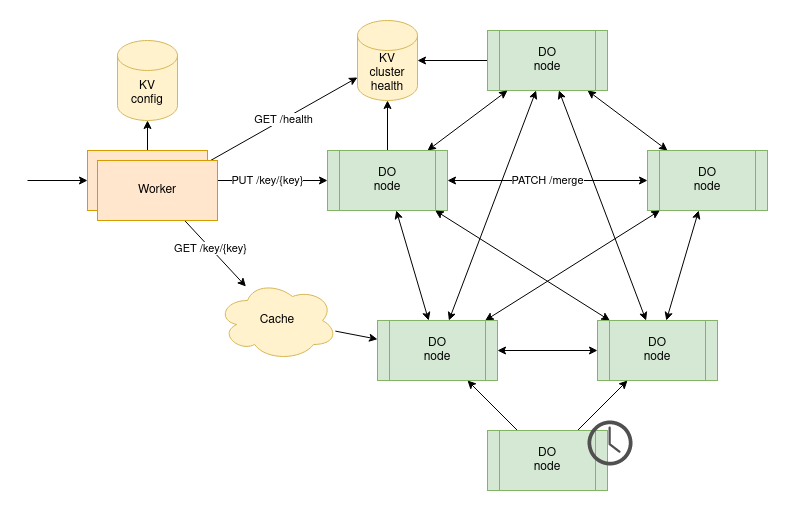
Above: ring.drawio.png in broswen/ring (draw.io), before the change. Source tidied: cells renumbered, new cells last; positions are measured from the earlier drawing's top-left corner, leaving out a move shared by most shapes. Its diagram source:
```xml
<mxGraphModel>
  <root>
    <mxCell id="0" />
    <mxCell id="1" parent="0" />
    <mxCell id="2" style="edgeStyle=none;rounded=0;jettySize=auto;html=1;startArrow=classic;startFill=1;" parent="1" edge="1" source="4" target="18">
      <mxGeometry relative="1" as="geometry" />
    </mxCell>
    <mxCell id="3" style="edgeStyle=none;rounded=0;jettySize=auto;html=1;startArrow=none;startFill=0;" parent="1" edge="1" source="4" target="27">
      <mxGeometry relative="1" as="geometry" />
    </mxCell>
    <mxCell id="4" value="&lt;div&gt;DO&lt;/div&gt;&lt;div&gt;node&lt;br&gt;&lt;/div&gt;" style="shape=process;whiteSpace=wrap;html=1;backgroundOutline=1;fillColor=#d5e8d4;strokeColor=#82b366;" parent="1" vertex="1">
      <mxGeometry x="460" y="10" width="120" height="60" as="geometry" />
    </mxCell>
    <mxCell id="5" value="&lt;div&gt;KV&lt;/div&gt;&lt;div&gt;config&lt;br&gt;&lt;/div&gt;" style="shape=cylinder3;whiteSpace=wrap;html=1;boundedLbl=1;backgroundOutline=1;size=15;fillColor=#fff2cc;strokeColor=#d6b656;" parent="1" vertex="1">
      <mxGeometry x="90" y="20" width="60" height="80" as="geometry" />
    </mxCell>
    <mxCell id="6" style="edgeStyle=none;rounded=0;jettySize=auto;html=1;startArrow=none;startFill=0;" parent="1" edge="1" source="7" target="22">
      <mxGeometry relative="1" as="geometry" />
    </mxCell>
    <mxCell id="7" value="Cache" style="ellipse;shape=cloud;whiteSpace=wrap;html=1;fillColor=#fff2cc;strokeColor=#d6b656;" parent="1" vertex="1">
      <mxGeometry x="190" y="260" width="120" height="80" as="geometry" />
    </mxCell>
    <mxCell id="8" value="PUT /key/{key}" style="edgeStyle=none;rounded=0;jettySize=auto;html=1;startArrow=none;startFill=0;" parent="1" edge="1" source="12" target="16">
      <mxGeometry relative="1" as="geometry" />
    </mxCell>
    <mxCell id="9" style="edgeStyle=none;rounded=0;jettySize=auto;html=1;startArrow=none;startFill=0;" parent="1" edge="1" source="12" target="5">
      <mxGeometry relative="1" as="geometry" />
    </mxCell>
    <mxCell id="10" value="GET /key/{key}" style="edgeStyle=none;rounded=0;jettySize=auto;html=1;startArrow=none;startFill=0;" parent="1" edge="1" source="12" target="7">
      <mxGeometry relative="1" as="geometry" />
    </mxCell>
    <mxCell id="11" style="edgeStyle=none;rounded=0;jettySize=auto;html=1;startArrow=classic;startFill=1;endArrow=none;endFill=0;" parent="1" edge="1" source="12">
      <mxGeometry relative="1" as="geometry">
        <mxPoint y="160" as="targetPoint" />
      </mxGeometry>
    </mxCell>
    <mxCell id="12" value="Worker" style="rounded=0;whiteSpace=wrap;html=1;fillColor=#ffe6cc;strokeColor=#d79b00;" parent="1" vertex="1">
      <mxGeometry x="60" y="130" width="120" height="60" as="geometry" />
    </mxCell>
    <mxCell id="13" style="rounded=0;jettySize=auto;html=1;startArrow=classic;startFill=1;" parent="1" edge="1" source="16" target="4">
      <mxGeometry relative="1" as="geometry" />
    </mxCell>
    <mxCell id="14" style="edgeStyle=none;rounded=0;jettySize=auto;html=1;startArrow=none;startFill=0;" parent="1" edge="1" source="16" target="27">
      <mxGeometry relative="1" as="geometry" />
    </mxCell>
    <mxCell id="15" value="PATCH /merge" style="edgeStyle=none;rounded=0;jettySize=auto;html=1;startArrow=classic;startFill=1;endArrow=classic;endFill=1;" parent="1" edge="1" source="16" target="18">
      <mxGeometry relative="1" as="geometry" />
    </mxCell>
    <mxCell id="16" value="&lt;div&gt;DO&lt;/div&gt;&lt;div&gt;node&lt;br&gt;&lt;/div&gt;" style="shape=process;whiteSpace=wrap;html=1;backgroundOutline=1;fillColor=#d5e8d4;strokeColor=#82b366;" parent="1" vertex="1">
      <mxGeometry x="300" y="130" width="120" height="60" as="geometry" />
    </mxCell>
    <mxCell id="17" style="edgeStyle=none;rounded=0;jettySize=auto;html=1;startArrow=classic;startFill=1;" parent="1" edge="1" source="18" target="26">
      <mxGeometry relative="1" as="geometry" />
    </mxCell>
    <mxCell id="18" value="&lt;div&gt;DO&lt;/div&gt;&lt;div&gt;node&lt;br&gt;&lt;/div&gt;" style="shape=process;whiteSpace=wrap;html=1;backgroundOutline=1;fillColor=#d5e8d4;strokeColor=#82b366;" parent="1" vertex="1">
      <mxGeometry x="620" y="130" width="120" height="60" as="geometry" />
    </mxCell>
    <mxCell id="19" style="edgeStyle=none;rounded=0;jettySize=auto;html=1;startArrow=classic;startFill=1;" parent="1" edge="1" source="22" target="16">
      <mxGeometry relative="1" as="geometry" />
    </mxCell>
    <mxCell id="20" style="edgeStyle=none;rounded=0;jettySize=auto;html=1;startArrow=classic;startFill=1;endArrow=classic;endFill=1;" parent="1" edge="1" source="22" target="18">
      <mxGeometry relative="1" as="geometry" />
    </mxCell>
    <mxCell id="21" style="edgeStyle=none;rounded=0;jettySize=auto;html=1;startArrow=classic;startFill=1;endArrow=classic;endFill=1;" parent="1" edge="1" source="22" target="4">
      <mxGeometry relative="1" as="geometry" />
    </mxCell>
    <mxCell id="22" value="&lt;div&gt;DO&lt;/div&gt;&lt;div&gt;node&lt;br&gt;&lt;/div&gt;" style="shape=process;whiteSpace=wrap;html=1;backgroundOutline=1;fillColor=#d5e8d4;strokeColor=#82b366;" parent="1" vertex="1">
      <mxGeometry x="350" y="300" width="120" height="60" as="geometry" />
    </mxCell>
    <mxCell id="23" style="edgeStyle=none;rounded=0;jettySize=auto;html=1;startArrow=classic;startFill=1;" parent="1" edge="1" source="26" target="22">
      <mxGeometry relative="1" as="geometry" />
    </mxCell>
    <mxCell id="24" style="edgeStyle=none;rounded=0;jettySize=auto;html=1;startArrow=classic;startFill=1;endArrow=classic;endFill=1;" parent="1" edge="1" source="26" target="4">
      <mxGeometry relative="1" as="geometry" />
    </mxCell>
    <mxCell id="25" style="edgeStyle=none;rounded=0;jettySize=auto;html=1;startArrow=classic;startFill=1;endArrow=classic;endFill=1;" parent="1" edge="1" source="26" target="16">
      <mxGeometry relative="1" as="geometry" />
    </mxCell>
    <mxCell id="26" value="&lt;div&gt;DO&lt;/div&gt;&lt;div&gt;node&lt;br&gt;&lt;/div&gt;" style="shape=process;whiteSpace=wrap;html=1;backgroundOutline=1;fillColor=#d5e8d4;strokeColor=#82b366;" parent="1" vertex="1">
      <mxGeometry x="570" y="300" width="120" height="60" as="geometry" />
    </mxCell>
    <mxCell id="27" value="&lt;div&gt;KV&lt;/div&gt;&lt;div&gt;cluster&lt;/div&gt;&lt;div&gt;health&lt;/div&gt;" style="shape=cylinder3;whiteSpace=wrap;html=1;boundedLbl=1;backgroundOutline=1;size=15;fillColor=#fff2cc;strokeColor=#d6b656;" parent="1" vertex="1">
      <mxGeometry x="330" width="60" height="80" as="geometry" />
    </mxCell>
    <mxCell id="28" style="edgeStyle=none;rounded=0;jettySize=auto;html=1;startArrow=none;startFill=0;" parent="1" edge="1" source="30" target="26">
      <mxGeometry relative="1" as="geometry" />
    </mxCell>
    <mxCell id="29" style="edgeStyle=none;rounded=0;jettySize=auto;html=1;startArrow=none;startFill=0;" parent="1" edge="1" source="30" target="22">
      <mxGeometry relative="1" as="geometry" />
    </mxCell>
    <mxCell id="30" value="&lt;div&gt;DO&lt;/div&gt;&lt;div&gt;node&lt;br&gt;&lt;/div&gt;" style="shape=process;whiteSpace=wrap;html=1;backgroundOutline=1;fillColor=#d5e8d4;strokeColor=#82b366;" parent="1" vertex="1">
      <mxGeometry x="460" y="410" width="120" height="60" as="geometry" />
    </mxCell>
    <mxCell id="31" style="sketch=0;shadow=0;dashed=0;html=1;strokeColor=none;fillColor=#505050;labelPosition=center;verticalLabelPosition=bottom;verticalAlign=top;align=center;shape=mxgraph.office.concepts.clock;" parent="1" vertex="1">
      <mxGeometry x="560" y="400" width="45" height="45" as="geometry" />
    </mxCell>
    <mxCell id="32" value="GET /health" style="edgeStyle=none;rounded=0;jettySize=auto;html=1;startArrow=none;startFill=0;endArrow=classic;endFill=1;" parent="1" edge="1" source="33" target="27">
      <mxGeometry relative="1" as="geometry" />
    </mxCell>
    <mxCell id="33" value="Worker" style="rounded=0;whiteSpace=wrap;html=1;fillColor=#ffe6cc;strokeColor=#d79b00;" parent="1" vertex="1">
      <mxGeometry x="70" y="140" width="120" height="60" as="geometry" />
    </mxCell>
  </root>
</mxGraphModel>
```
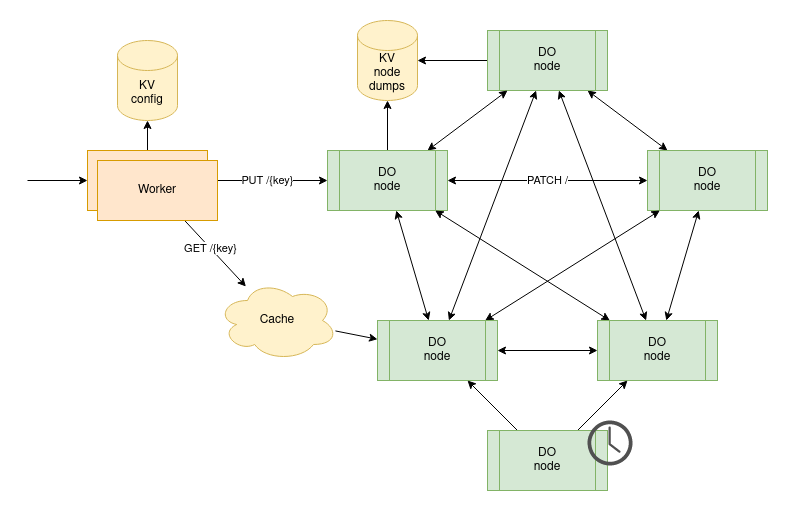
Later version of the same file.

Diff of the diagram source:
```diff
@@ -20,13 +20,13 @@
     <mxCell id="7" value="Cache" style="ellipse;shape=cloud;whiteSpace=wrap;html=1;fillColor=#fff2cc;strokeColor=#d6b656;" parent="1" vertex="1">
       <mxGeometry x="190" y="260" width="120" height="80" as="geometry" />
     </mxCell>
-    <mxCell id="8" value="PUT /key/{key}" style="edgeStyle=none;rounded=0;jettySize=auto;html=1;startArrow=none;startFill=0;" parent="1" edge="1" source="12" target="16">
+    <mxCell id="8" value="PUT /{key}" style="edgeStyle=none;rounded=0;jettySize=auto;html=1;startArrow=none;startFill=0;" parent="1" edge="1" source="12" target="16">
       <mxGeometry relative="1" as="geometry" />
     </mxCell>
     <mxCell id="9" style="edgeStyle=none;rounded=0;jettySize=auto;html=1;startArrow=none;startFill=0;" parent="1" edge="1" source="12" target="5">
       <mxGeometry relative="1" as="geometry" />
     </mxCell>
-    <mxCell id="10" value="GET /key/{key}" style="edgeStyle=none;rounded=0;jettySize=auto;html=1;startArrow=none;startFill=0;" parent="1" edge="1" source="12" target="7">
+    <mxCell id="10" value="GET /{key}" style="edgeStyle=none;rounded=0;jettySize=auto;html=1;startArrow=none;startFill=0;" parent="1" edge="1" source="12" target="7">
       <mxGeometry relative="1" as="geometry" />
     </mxCell>
     <mxCell id="11" style="edgeStyle=none;rounded=0;jettySize=auto;html=1;startArrow=classic;startFill=1;endArrow=none;endFill=0;" parent="1" edge="1" source="12">
@@ -43,7 +43,7 @@
     <mxCell id="14" style="edgeStyle=none;rounded=0;jettySize=auto;html=1;startArrow=none;startFill=0;" parent="1" edge="1" source="16" target="27">
       <mxGeometry relative="1" as="geometry" />
     </mxCell>
-    <mxCell id="15" value="PATCH /merge" style="edgeStyle=none;rounded=0;jettySize=auto;html=1;startArrow=classic;startFill=1;endArrow=classic;endFill=1;" parent="1" edge="1" source="16" target="18">
+    <mxCell id="15" value="PATCH /" style="edgeStyle=none;rounded=0;jettySize=auto;html=1;startArrow=classic;startFill=1;endArrow=classic;endFill=1;" parent="1" edge="1" source="16" target="18">
       <mxGeometry relative="1" as="geometry" />
     </mxCell>
     <mxCell id="16" value="&lt;div&gt;DO&lt;/div&gt;&lt;div&gt;node&lt;br&gt;&lt;/div&gt;" style="shape=process;whiteSpace=wrap;html=1;backgroundOutline=1;fillColor=#d5e8d4;strokeColor=#82b366;" parent="1" vertex="1">
@@ -79,7 +79,7 @@
     <mxCell id="26" value="&lt;div&gt;DO&lt;/div&gt;&lt;div&gt;node&lt;br&gt;&lt;/div&gt;" style="shape=process;whiteSpace=wrap;html=1;backgroundOutline=1;fillColor=#d5e8d4;strokeColor=#82b366;" parent="1" vertex="1">
       <mxGeometry x="570" y="300" width="120" height="60" as="geometry" />
     </mxCell>
-    <mxCell id="27" value="&lt;div&gt;KV&lt;/div&gt;&lt;div&gt;cluster&lt;/div&gt;&lt;div&gt;health&lt;/div&gt;" style="shape=cylinder3;whiteSpace=wrap;html=1;boundedLbl=1;backgroundOutline=1;size=15;fillColor=#fff2cc;strokeColor=#d6b656;" parent="1" vertex="1">
+    <mxCell id="27" value="&lt;div&gt;KV&lt;/div&gt;&lt;div&gt;node&lt;/div&gt;&lt;div&gt;dumps&lt;br&gt;&lt;/div&gt;" style="shape=cylinder3;whiteSpace=wrap;html=1;boundedLbl=1;backgroundOutline=1;size=15;fillColor=#fff2cc;strokeColor=#d6b656;" parent="1" vertex="1">
       <mxGeometry x="330" width="60" height="80" as="geometry" />
     </mxCell>
     <mxCell id="28" style="edgeStyle=none;rounded=0;jettySize=auto;html=1;startArrow=none;startFill=0;" parent="1" edge="1" source="30" target="26">
@@ -94,11 +94,8 @@
     <mxCell id="31" style="sketch=0;shadow=0;dashed=0;html=1;strokeColor=none;fillColor=#505050;labelPosition=center;verticalLabelPosition=bottom;verticalAlign=top;align=center;shape=mxgraph.office.concepts.clock;" parent="1" vertex="1">
       <mxGeometry x="560" y="400" width="45" height="45" as="geometry" />
     </mxCell>
-    <mxCell id="32" value="GET /health" style="edgeStyle=none;rounded=0;jettySize=auto;html=1;startArrow=none;startFill=0;endArrow=classic;endFill=1;" parent="1" edge="1" source="33" target="27">
-      <mxGeometry relative="1" as="geometry" />
+    <mxCell id="32" value="Worker" style="rounded=0;whiteSpace=wrap;html=1;fillColor=#ffe6cc;strokeColor=#d79b00;" parent="1" vertex="1">
+      <mxGeometry x="70" y="140" width="120" height="60" as="geometry" />
     </mxCell>
-    <mxCell id="33" value="Worker" style="rounded=0;whiteSpace=wrap;html=1;fillColor=#ffe6cc;strokeColor=#d79b00;" parent="1" vertex="1">
-      <mxGeometry x="70" y="140" width="120" height="60" as="geometry" />
-    </mxCell>
   </root>
 </mxGraphModel>
```
